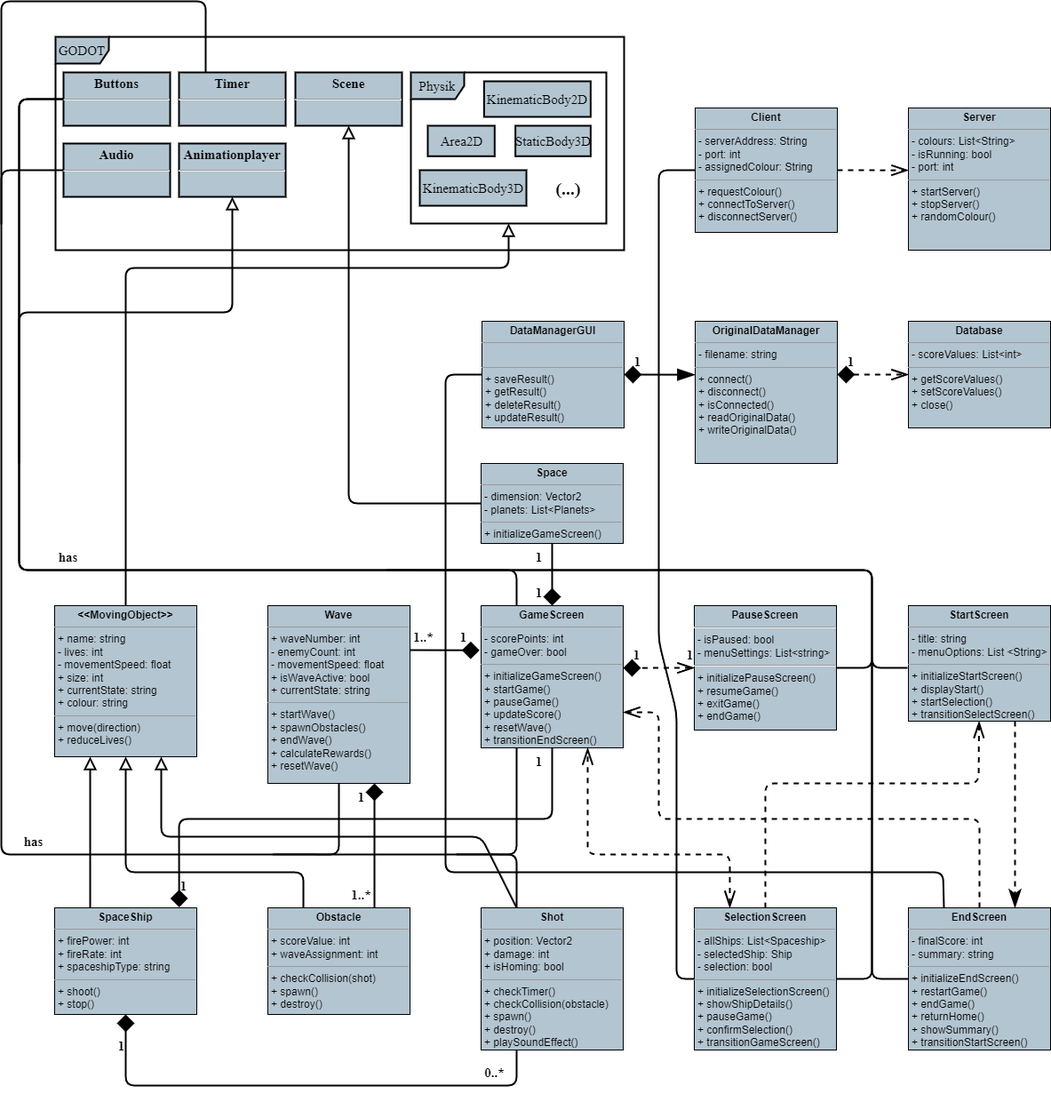
This is images/Pflichtenheft_Assets/uml-class-diagram/uml-class-diagram.png from hadespreyz/starfighter-alliance, a draw.io export, as it was before one commit. Source tidied: cells renumbered, new cells last; positions are measured from the earlier drawing's top-left corner, leaving out a move shared by most shapes.
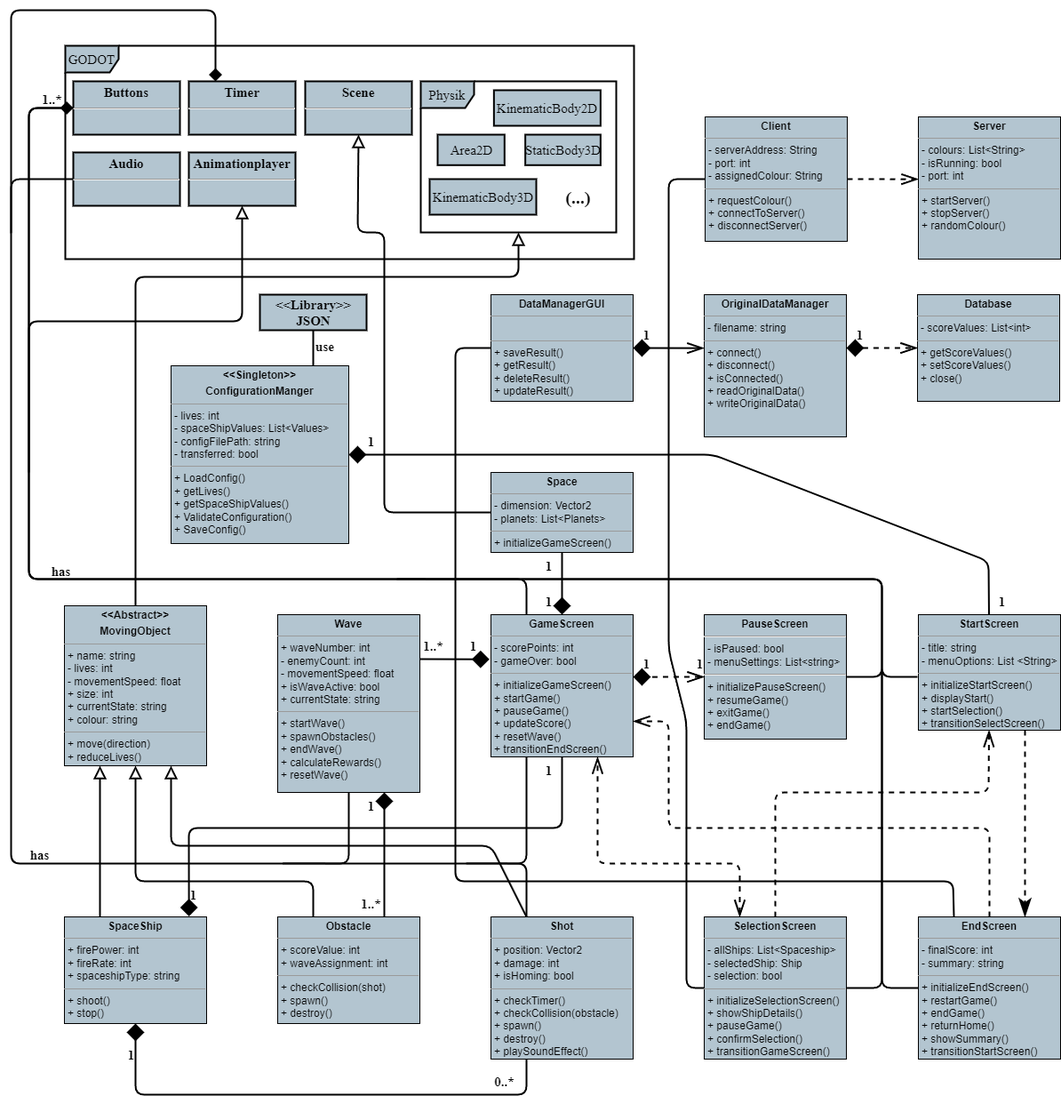
After the change.

Commit message:
docs(pflichtenheft): update uml diagram and 4+1 views in software-architecture

Diff of the diagram source:
```diff
@@ -64,8 +64,8 @@
         </Array>
       </mxGeometry>
     </mxCell>
-    <mxCell id="18" value="&lt;p style=&quot;margin:0px;margin-top:4px;text-align:center;&quot;&gt;&lt;b&gt;&amp;lt;&amp;lt;MovingObject&amp;gt;&amp;gt;&lt;/b&gt;&lt;/p&gt;&lt;hr size=&quot;1&quot;&gt;&lt;p style=&quot;margin:0px;margin-left:4px;&quot;&gt;+ name: string&lt;/p&gt;&lt;p style=&quot;margin:0px;margin-left:4px;&quot;&gt;- lives: int&lt;/p&gt;&lt;p style=&quot;margin:0px;margin-left:4px;&quot;&gt;- movementSpeed: float&lt;/p&gt;&lt;p style=&quot;margin:0px;margin-left:4px;&quot;&gt;+ size: int&lt;/p&gt;&lt;p style=&quot;margin:0px;margin-left:4px;&quot;&gt;+ currentState: string&lt;/p&gt;&lt;p style=&quot;margin:0px;margin-left:4px;&quot;&gt;+ colour: string&lt;/p&gt;&lt;hr size=&quot;1&quot;&gt;&lt;p style=&quot;margin:0px;margin-left:4px;&quot;&gt;+ move(direction)&lt;/p&gt;&lt;p style=&quot;margin:0px;margin-left:4px;&quot;&gt;+ reduceLives()&lt;/p&gt;" style="verticalAlign=top;align=left;overflow=fill;fontSize=12;fontFamily=Helvetica;html=1;strokeColor=#000000;fontColor=#000000;fillColor=#b3c5d0;" parent="1" vertex="1">
-      <mxGeometry x="60" y="680" width="160" height="170" as="geometry" />
+    <mxCell id="18" value="&lt;p style=&quot;margin:0px;margin-top:4px;text-align:center;&quot;&gt;&lt;b&gt;&amp;lt;&amp;lt;Abstract&amp;gt;&amp;gt;&lt;/b&gt;&lt;/p&gt;&lt;p style=&quot;margin:0px;margin-top:4px;text-align:center;&quot;&gt;&lt;b&gt;MovingObject&lt;/b&gt;&lt;b&gt;&lt;br&gt;&lt;/b&gt;&lt;/p&gt;&lt;hr size=&quot;1&quot;&gt;&lt;p style=&quot;margin:0px;margin-left:4px;&quot;&gt;+ name: string&lt;/p&gt;&lt;p style=&quot;margin:0px;margin-left:4px;&quot;&gt;- lives: int&lt;/p&gt;&lt;p style=&quot;margin:0px;margin-left:4px;&quot;&gt;- movementSpeed: float&lt;/p&gt;&lt;p style=&quot;margin:0px;margin-left:4px;&quot;&gt;+ size: int&lt;/p&gt;&lt;p style=&quot;margin:0px;margin-left:4px;&quot;&gt;+ currentState: string&lt;/p&gt;&lt;p style=&quot;margin:0px;margin-left:4px;&quot;&gt;+ colour: string&lt;/p&gt;&lt;hr size=&quot;1&quot;&gt;&lt;p style=&quot;margin:0px;margin-left:4px;&quot;&gt;+ move(direction)&lt;/p&gt;&lt;p style=&quot;margin:0px;margin-left:4px;&quot;&gt;+ reduceLives()&lt;/p&gt;" style="verticalAlign=top;align=left;overflow=fill;fontSize=12;fontFamily=Helvetica;html=1;strokeColor=#000000;fontColor=#000000;fillColor=#b3c5d0;" parent="1" vertex="1">
+      <mxGeometry x="60" y="670" width="160" height="180" as="geometry" />
     </mxCell>
     <mxCell id="19" style="edgeStyle=none;html=1;exitX=0.75;exitY=0;exitDx=0;exitDy=0;entryX=0.75;entryY=1;entryDx=0;entryDy=0;strokeColor=#000000;strokeWidth=2;fontFamily=TeX Gyre Termes;fontSize=15;fontColor=#000000;endArrow=diamond;endFill=1;startSize=6;endSize=15;" parent="1" edge="1" source="20" target="28">
       <mxGeometry relative="1" as="geometry" />
@@ -99,7 +99,7 @@
         </Array>
       </mxGeometry>
     </mxCell>
-    <mxCell id="24" style="edgeStyle=none;html=1;exitX=0.25;exitY=0;exitDx=0;exitDy=0;entryX=0.25;entryY=0;entryDx=0;entryDy=0;strokeColor=#000000;strokeWidth=2;fontFamily=Helvetica;fontSize=11;fontColor=#000000;startArrow=none;startFill=0;endArrow=none;endFill=0;startSize=15;endSize=10;" parent="1" edge="1" source="25" target="8">
+    <mxCell id="24" style="edgeStyle=none;html=1;exitX=0.25;exitY=0;exitDx=0;exitDy=0;entryX=0.25;entryY=0;entryDx=0;entryDy=0;strokeColor=#000000;strokeWidth=2;fontFamily=Helvetica;fontSize=11;fontColor=#000000;startArrow=none;startFill=0;endArrow=diamond;endFill=1;startSize=15;endSize=10;" parent="1" edge="1" source="25" target="8">
       <mxGeometry relative="1" as="geometry">
         <Array as="points">
           <mxPoint x="580" y="960" />
@@ -157,36 +157,38 @@
     <mxCell id="36" style="edgeStyle=none;html=1;entryX=0.5;entryY=1;entryDx=0;entryDy=0;strokeColor=#000000;strokeWidth=2;fontFamily=Helvetica;fontSize=11;fontColor=#000000;startArrow=none;startFill=0;endArrow=block;endFill=0;startSize=15;endSize=10;exitX=0;exitY=0.5;exitDx=0;exitDy=0;" parent="1" edge="1" source="37" target="9">
       <mxGeometry relative="1" as="geometry">
         <Array as="points">
-          <mxPoint x="391" y="565" />
+          <mxPoint x="420" y="565" />
+          <mxPoint x="420" y="250" />
+          <mxPoint x="390" y="250" />
         </Array>
       </mxGeometry>
     </mxCell>
     <mxCell id="37" value="&lt;p style=&quot;margin:0px;margin-top:4px;text-align:center;&quot;&gt;&lt;b&gt;Space&lt;/b&gt;&lt;/p&gt;&lt;hr size=&quot;1&quot;&gt;&lt;p style=&quot;margin:0px;margin-left:4px;&quot;&gt;- dimension: Vector2&lt;/p&gt;&lt;p style=&quot;margin:0px;margin-left:4px;&quot;&gt;- planets: List&amp;lt;Planets&amp;gt;&lt;br&gt;&lt;/p&gt;&lt;hr size=&quot;1&quot;&gt;&lt;p style=&quot;margin:0px;margin-left:4px;&quot;&gt;+ initializeGameScreen()&lt;/p&gt;&lt;p style=&quot;margin:0px;margin-left:4px;&quot;&gt;&lt;br&gt;&lt;/p&gt;" style="verticalAlign=top;align=left;overflow=fill;fontSize=12;fontFamily=Helvetica;html=1;strokeColor=#000000;fontColor=#000000;fillColor=#b3c5d0;" parent="1" vertex="1">
       <mxGeometry x="540" y="520" width="160" height="90" as="geometry" />
     </mxCell>
-    <mxCell id="38" style="html=1;exitX=1;exitY=0.5;exitDx=0;exitDy=0;entryX=-0.001;entryY=0.376;entryDx=0;entryDy=0;strokeColor=#000000;strokeWidth=2;fontFamily=TeX Gyre Termes;fontSize=15;fontColor=#000000;endArrow=blockThin;endFill=1;startSize=15;endSize=15;startArrow=diamond;startFill=1;entryPerimeter=0;" parent="1" edge="1" source="40" target="42">
+    <mxCell id="38" style="html=1;exitX=1;exitY=0.5;exitDx=0;exitDy=0;entryX=-0.001;entryY=0.376;entryDx=0;entryDy=0;strokeColor=#000000;strokeWidth=2;fontFamily=TeX Gyre Termes;fontSize=15;fontColor=#000000;endArrow=openThin;endFill=0;startSize=15;endSize=15;startArrow=diamond;startFill=1;entryPerimeter=0;" parent="1" edge="1" source="40" target="42">
       <mxGeometry relative="1" as="geometry" />
     </mxCell>
     <mxCell id="39" style="edgeStyle=none;html=1;exitX=0;exitY=0.5;exitDx=0;exitDy=0;entryX=0.25;entryY=0;entryDx=0;entryDy=0;strokeColor=#000000;strokeWidth=2;fontFamily=TeX Gyre Termes;fontSize=12;fontColor=#000000;startArrow=none;startFill=0;endArrow=none;endFill=0;startSize=15;endSize=15;" parent="1" edge="1" source="40" target="63">
       <mxGeometry relative="1" as="geometry">
         <Array as="points">
-          <mxPoint x="500" y="420" />
+          <mxPoint x="500" y="380" />
           <mxPoint x="500" y="980" />
           <mxPoint x="1060" y="980" />
         </Array>
       </mxGeometry>
     </mxCell>
     <mxCell id="40" value="&lt;p style=&quot;margin:0px;margin-top:4px;text-align:center;&quot;&gt;&lt;b&gt;DataManagerGUI&lt;/b&gt;&lt;/p&gt;&lt;hr size=&quot;1&quot;&gt;&lt;p style=&quot;margin:0px;margin-left:4px;&quot;&gt;&lt;br&gt;&lt;/p&gt;&lt;hr size=&quot;1&quot;&gt;&lt;p style=&quot;margin:0px;margin-left:4px;&quot;&gt;+ saveResult()&lt;/p&gt;&lt;p style=&quot;margin:0px;margin-left:4px;&quot;&gt;+ getResult()&lt;/p&gt;&lt;p style=&quot;margin:0px;margin-left:4px;&quot;&gt;+ deleteResult()&lt;/p&gt;&lt;p style=&quot;margin:0px;margin-left:4px;&quot;&gt;+ updateResult()&lt;/p&gt;" style="verticalAlign=top;align=left;overflow=fill;fontSize=12;fontFamily=Helvetica;html=1;strokeColor=#000000;fontColor=#000000;fillColor=#b3c5d0;" parent="1" vertex="1">
-      <mxGeometry x="541" y="360" width="160" height="120" as="geometry" />
+      <mxGeometry x="540" y="320" width="160" height="120" as="geometry" />
     </mxCell>
     <mxCell id="41" style="edgeStyle=none;html=1;exitX=1;exitY=0.375;exitDx=0;exitDy=0;entryX=0;entryY=0.5;entryDx=0;entryDy=0;strokeColor=#000000;strokeWidth=2;fontFamily=TeX Gyre Termes;fontSize=15;fontColor=#000000;endArrow=openThin;endFill=0;startSize=15;endSize=15;dashed=1;startArrow=diamond;startFill=1;exitPerimeter=0;" parent="1" edge="1" source="42" target="43">
       <mxGeometry relative="1" as="geometry" />
     </mxCell>
     <mxCell id="42" value="&lt;p style=&quot;margin:0px;margin-top:4px;text-align:center;&quot;&gt;&lt;b&gt;OriginalDataManager&lt;/b&gt;&lt;/p&gt;&lt;hr size=&quot;1&quot;&gt;&lt;p style=&quot;margin:0px;margin-left:4px;&quot;&gt;- filename: string&lt;/p&gt;&lt;hr size=&quot;1&quot;&gt;&lt;p style=&quot;margin:0px;margin-left:4px;&quot;&gt;+ connect()&lt;/p&gt;&lt;p style=&quot;margin:0px;margin-left:4px;&quot;&gt;+ disconnect()&lt;/p&gt;&lt;p style=&quot;margin:0px;margin-left:4px;&quot;&gt;+ isConnected()&lt;/p&gt;&lt;p style=&quot;margin:0px;margin-left:4px;&quot;&gt;+ readOriginalData()&lt;/p&gt;&lt;p style=&quot;margin:0px;margin-left:4px;&quot;&gt;+ writeOriginalData()&lt;/p&gt;" style="verticalAlign=top;align=left;overflow=fill;fontSize=12;fontFamily=Helvetica;html=1;strokeColor=#000000;fontColor=#000000;fillColor=#b3c5d0;" parent="1" vertex="1">
-      <mxGeometry x="781" y="360" width="160" height="160" as="geometry" />
+      <mxGeometry x="780" y="320" width="160" height="160" as="geometry" />
     </mxCell>
     <mxCell id="43" value="&lt;p style=&quot;margin:0px;margin-top:4px;text-align:center;&quot;&gt;&lt;b&gt;Database&lt;/b&gt;&lt;/p&gt;&lt;hr size=&quot;1&quot;&gt;&lt;p style=&quot;margin:0px;margin-left:4px;&quot;&gt;- scoreValues: List&amp;lt;int&amp;gt;&lt;/p&gt;&lt;hr size=&quot;1&quot;&gt;&lt;p style=&quot;margin:0px;margin-left:4px;&quot;&gt;+ getScoreValues()&lt;/p&gt;&lt;p style=&quot;margin:0px;margin-left:4px;&quot;&gt;+ setScoreValues()&lt;/p&gt;&lt;p style=&quot;margin:0px;margin-left:4px;&quot;&gt;+ close()&lt;/p&gt;" style="verticalAlign=top;align=left;overflow=fill;fontSize=12;fontFamily=Helvetica;html=1;strokeColor=#000000;fontColor=#000000;fillColor=#b3c5d0;" parent="1" vertex="1">
-      <mxGeometry x="1021" y="360" width="160" height="120" as="geometry" />
+      <mxGeometry x="1020" y="320" width="160" height="120" as="geometry" />
     </mxCell>
     <mxCell id="44" style="edgeStyle=none;html=1;strokeColor=#000000;strokeWidth=2;fontFamily=TeX Gyre Termes;fontSize=15;fontColor=#000000;startArrow=openThin;startFill=0;endArrow=diamond;endFill=1;startSize=15;endSize=15;entryX=1;entryY=0.438;entryDx=0;entryDy=0;entryPerimeter=0;dashed=1;" parent="1" edge="1" source="46" target="34">
       <mxGeometry relative="1" as="geometry" />
@@ -264,7 +266,7 @@
     <mxCell id="58" style="edgeStyle=none;html=1;exitX=0.75;exitY=1;exitDx=0;exitDy=0;entryX=0.75;entryY=0;entryDx=0;entryDy=0;dashed=1;strokeColor=#000000;strokeWidth=2;fontFamily=TeX Gyre Termes;fontSize=20;fontColor=#000000;startArrow=none;startFill=0;endArrow=classicThin;endFill=1;startSize=15;endSize=15;" parent="1" edge="1" source="60" target="63">
       <mxGeometry relative="1" as="geometry" />
     </mxCell>
-    <mxCell id="59" style="edgeStyle=none;html=1;entryX=0;entryY=0.5;entryDx=0;entryDy=0;strokeColor=#000000;strokeWidth=2;fontFamily=Helvetica;fontSize=11;fontColor=#000000;startArrow=none;startFill=0;endArrow=none;endFill=0;startSize=15;endSize=10;" parent="1" edge="1" target="7">
+    <mxCell id="59" style="edgeStyle=none;html=1;entryX=0;entryY=0.5;entryDx=0;entryDy=0;strokeColor=#000000;strokeWidth=2;fontFamily=Helvetica;fontSize=11;fontColor=#000000;startArrow=none;startFill=0;endArrow=diamond;endFill=1;startSize=15;endSize=10;" parent="1" edge="1" target="7">
       <mxGeometry relative="1" as="geometry">
         <mxPoint x="1020" y="750" as="sourcePoint" />
         <Array as="points">
@@ -308,7 +310,7 @@
       </mxGeometry>
     </mxCell>
     <mxCell id="65" value="&lt;font style=&quot;font-size: 15px;&quot;&gt;has&lt;/font&gt;" style="text;html=1;align=center;verticalAlign=middle;strokeColor=none;fillColor=none;fontColor=#000000;fontFamily=TeX Gyre Termes;fontStyle=1;strokeWidth=14;" parent="1" vertex="1">
-      <mxGeometry x="50" y="610" width="50" height="30" as="geometry" />
+      <mxGeometry x="31" y="616" width="50" height="30" as="geometry" />
     </mxCell>
     <mxCell id="66" style="edgeStyle=none;html=1;entryX=0;entryY=0.438;entryDx=0;entryDy=0;entryPerimeter=0;strokeColor=#000000;strokeWidth=2;fontFamily=TeX Gyre Termes;fontSize=12;fontColor=#000000;startArrow=none;startFill=0;endArrow=openThin;endFill=0;startSize=15;endSize=15;dashed=1;" parent="1" edge="1" source="67" target="68">
       <mxGeometry relative="1" as="geometry" />
@@ -336,13 +338,46 @@
       <mxGeometry x="590" y="650" width="30" height="30" as="geometry" />
     </mxCell>
     <mxCell id="73" value="&lt;font style=&quot;font-size: 15px;&quot;&gt;1&lt;/font&gt;" style="text;html=1;align=center;verticalAlign=middle;strokeColor=none;fillColor=none;fontColor=#000000;fontFamily=TeX Gyre Termes;fontStyle=1;strokeWidth=14;" parent="1" vertex="1">
-      <mxGeometry x="701" y="390" width="30" height="30" as="geometry" />
+      <mxGeometry x="700" y="350" width="30" height="30" as="geometry" />
     </mxCell>
     <mxCell id="74" value="&lt;font style=&quot;font-size: 15px;&quot;&gt;1&lt;/font&gt;" style="text;html=1;align=center;verticalAlign=middle;strokeColor=none;fillColor=none;fontColor=#000000;fontFamily=TeX Gyre Termes;fontStyle=1;strokeWidth=14;" parent="1" vertex="1">
-      <mxGeometry x="941" y="390" width="30" height="30" as="geometry" />
+      <mxGeometry x="940" y="350" width="30" height="30" as="geometry" />
     </mxCell>
     <mxCell id="75" value="&lt;font style=&quot;font-size: 15px;&quot;&gt;has&lt;/font&gt;" style="text;html=1;align=center;verticalAlign=middle;strokeColor=none;fillColor=none;fontColor=#000000;fontFamily=TeX Gyre Termes;fontStyle=1;strokeWidth=14;" parent="1" vertex="1">
-      <mxGeometry x="11" y="930" width="50" height="30" as="geometry" />
+      <mxGeometry x="7" y="935" width="50" height="30" as="geometry" />
     </mxCell>
+    <mxCell id="76" style="edgeStyle=none;html=1;endArrow=none;fontSize=12;fontFamily=TeX Gyre Termes;strokeColor=#000000;fontColor=#000000;strokeWidth=2;startArrow=diamond;startFill=1;endFill=0;startSize=15;endSize=15;exitX=1;exitY=0.5;exitDx=0;exitDy=0;" parent="1" edge="1" source="77" target="60">
+      <mxGeometry relative="1" as="geometry">
+        <Array as="points">
+          <mxPoint x="790" y="500" />
+          <mxPoint x="1100" y="620" />
+        </Array>
+      </mxGeometry>
+    </mxCell>
+    <mxCell id="77" value="&lt;p style=&quot;margin:0px;margin-top:4px;text-align:center;&quot;&gt;&lt;b&gt;&amp;lt;&amp;lt;Singleton&amp;gt;&amp;gt;&lt;/b&gt;&lt;/p&gt;&lt;p style=&quot;margin:0px;margin-top:4px;text-align:center;&quot;&gt;&lt;b&gt;ConfigurationManger&lt;/b&gt;&lt;/p&gt;&lt;hr size=&quot;1&quot;&gt;&lt;p style=&quot;margin:0px;margin-left:4px;&quot;&gt;- lives: int&lt;/p&gt;&lt;p style=&quot;margin:0px;margin-left:4px;&quot;&gt;- spaceShipValues: List&amp;lt;Values&amp;gt;&lt;/p&gt;&lt;p style=&quot;margin:0px;margin-left:4px;&quot;&gt;- configFilePath: string&lt;/p&gt;&lt;p style=&quot;margin:0px;margin-left:4px;&quot;&gt;- transferred: bool&lt;/p&gt;&lt;hr size=&quot;1&quot;&gt;&lt;p style=&quot;margin:0px;margin-left:4px;&quot;&gt;+ LoadConfig()&lt;/p&gt;&lt;p style=&quot;margin:0px;margin-left:4px;&quot;&gt;+ getLives()&lt;/p&gt;&lt;p style=&quot;margin:0px;margin-left:4px;&quot;&gt;+ getSpaceShipValues()&lt;/p&gt;&lt;p style=&quot;margin:0px;margin-left:4px;&quot;&gt;+ ValidateConfiguration()&lt;/p&gt;&lt;p style=&quot;margin:0px;margin-left:4px;&quot;&gt;+ SaveConfig()&lt;/p&gt;" style="verticalAlign=top;align=left;overflow=fill;fontSize=12;fontFamily=Helvetica;html=1;strokeColor=#000000;fontColor=#000000;fillColor=#b3c5d0;" parent="1" vertex="1">
+      <mxGeometry x="180" y="400" width="200" height="200" as="geometry" />
+    </mxCell>
+    <mxCell id="78" value="&lt;font style=&quot;font-size: 15px;&quot;&gt;1&lt;/font&gt;" style="text;html=1;align=center;verticalAlign=middle;strokeColor=none;fillColor=none;fontColor=#000000;fontFamily=TeX Gyre Termes;fontStyle=1;strokeWidth=14;" parent="1" vertex="1">
+      <mxGeometry x="390" y="470" width="30" height="30" as="geometry" />
+    </mxCell>
+    <mxCell id="79" value="&lt;font style=&quot;font-size: 15px;&quot;&gt;1&lt;/font&gt;" style="text;html=1;align=center;verticalAlign=middle;strokeColor=none;fillColor=none;fontColor=#000000;fontFamily=TeX Gyre Termes;fontStyle=1;strokeWidth=14;" parent="1" vertex="1">
+      <mxGeometry x="1100" y="650" width="30" height="30" as="geometry" />
+    </mxCell>
+    <mxCell id="80" style="edgeStyle=none;html=1;exitX=0.5;exitY=1;exitDx=0;exitDy=0;startArrow=none;startFill=0;endArrow=none;endFill=0;fontSize=12;fontFamily=TeX Gyre Termes;strokeColor=#000000;fontColor=#000000;strokeWidth=2;startSize=15;endSize=15;" parent="1" edge="1" source="81" target="77">
+      <mxGeometry relative="1" as="geometry">
+        <Array as="points">
+          <mxPoint x="340" y="400" />
+        </Array>
+      </mxGeometry>
+    </mxCell>
+    <mxCell id="81" value="&amp;lt;&amp;lt;Library&amp;gt;&amp;gt;&lt;br&gt;JSON" style="html=1;strokeColor=#000000;strokeWidth=2;fontFamily=TeX Gyre Termes;fontSize=15;fontColor=#000000;fillColor=#b3c5d0;fontStyle=1;" parent="1" vertex="1">
+      <mxGeometry x="280" y="320" width="120" height="40" as="geometry" />
+    </mxCell>
+    <mxCell id="82" value="&lt;font style=&quot;font-size: 15px;&quot;&gt;use&lt;/font&gt;" style="text;html=1;align=center;verticalAlign=middle;strokeColor=none;fillColor=none;fontColor=#000000;fontFamily=TeX Gyre Termes;fontStyle=1;strokeWidth=14;" parent="1" vertex="1">
+      <mxGeometry x="333" y="363" width="40" height="30" as="geometry" />
+    </mxCell>
+    <mxCell id="83" value="&lt;font style=&quot;font-size: 15px;&quot;&gt;1..*&lt;/font&gt;" style="text;html=1;align=center;verticalAlign=middle;strokeColor=none;fillColor=none;fontColor=#000000;fontFamily=TeX Gyre Termes;fontStyle=1;strokeWidth=14;" parent="1" vertex="1">
+      <mxGeometry x="21" y="85" width="50" height="30" as="geometry" />
+    </mxCell>
   </root>
 </mxGraphModel>
```
